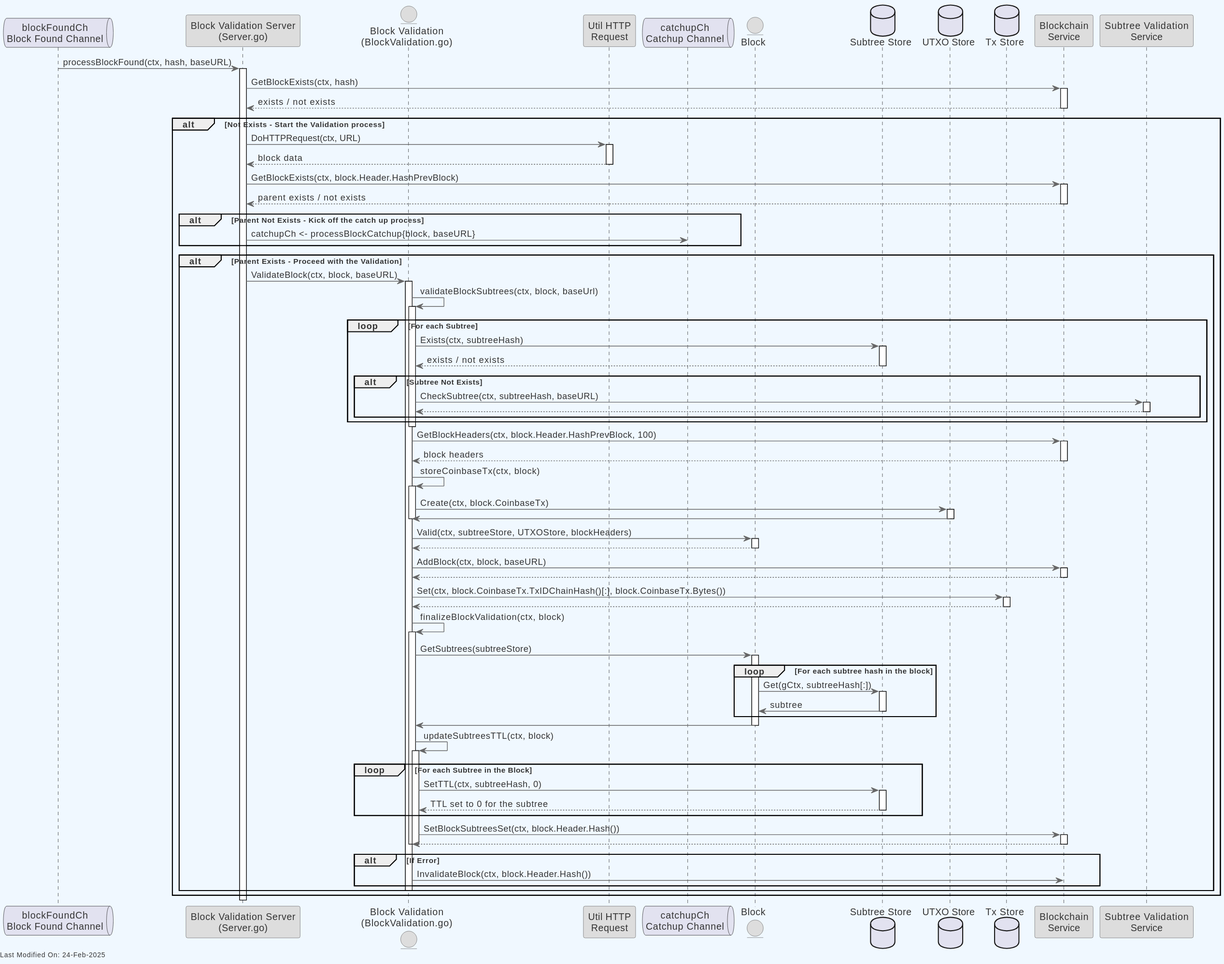
The PlantUML diagram docs/topics/services/img/plantuml/blockvalidation/block_validation_p2p_block_validation.svg in freemans13/teranode, before a commit. Its source is kept beside it as docs/topics/services/img/plantuml/blockvalidation/block_validation_p2p_block_validation.puml. The source it was exported from:
```plantuml
@startuml
skinparam backgroundColor #F0F8FF
skinparam defaultFontColor #333333
skinparam arrowColor #666666

skinparam entity {
  BorderColor #666666
  BackgroundColor #DDDDDD
}

skinparam control {
  BorderColor #666666
  BackgroundColor #DDDDDD
}

skinparam participant {
  BorderColor #666666
  BackgroundColor #DDDDDD
}



queue "blockFoundCh\nBlock Found Channel" as BFC
participant "Block Validation Server\n(Server.go)" as BVS
entity "Block Validation\n(BlockValidation.go)" as BVVB
participant "Util HTTP\nRequest" as Util
queue "catchupCh\nCatchup Channel" as CCC
entity "Block" as Block
database "Subtree Store" as SubtreeStore
database "UTXO Store" as UTXOStore
database "Tx Store" as TxStore
participant "Blockchain\nService" as BC
participant "Subtree Validation\nService" as SVS

BFC -> BVS: processBlockFound(ctx, hash, baseURL)
activate BVS

BVS -> BC: GetBlockExists(ctx, hash)
activate BC
BC --> BVS: exists / not exists
deactivate BC

alt Not Exists - Start the Validation process
    BVS -> Util: DoHTTPRequest(ctx, URL)
    activate Util
    Util --> BVS: block data
    deactivate Util

    BVS -> BC: GetBlockExists(ctx, block.Header.HashPrevBlock)
    activate BC
    BC --> BVS: parent exists / not exists
    deactivate BC

    alt Parent Not Exists - Kick off the catch up process
        BVS -> CCC: catchupCh <- processBlockCatchup{block, baseURL}
    end

    alt Parent Exists - Proceed with the Validation

    BVS -> BVVB: ValidateBlock(ctx, block, baseURL)
    activate BVVB
    BVVB -> BVVB: validateBlockSubtrees(ctx, block, baseUrl)
    activate BVVB

    loop For each Subtree
       BVVB -> SubtreeStore: Exists(ctx, subtreeHash)
       activate SubtreeStore
       SubtreeStore --> BVVB: exists / not exists
       deactivate SubtreeStore

        alt Subtree Not Exists
           BVVB -> SVS: CheckSubtree(ctx, subtreeHash, baseURL)
           activate SVS
           SVS --> BVVB
           deactivate SVS
        end
    end

    deactivate BVVB

    BVVB -> BC: GetBlockHeaders(ctx, block.Header.HashPrevBlock, 100)
    activate BC
    BC --> BVVB: block headers
    deactivate BC

    BVVB -> BVVB: storeCoinbaseTx(ctx, block)
    activate BVVB
    BVVB -> UTXOStore: Create(ctx, block.CoinbaseTx)
    activate UTXOStore
    UTXOStore -> BVVB
    deactivate UTXOStore
    deactivate BVVB


    BVVB -> Block: Valid(ctx, subtreeStore, UTXOStore, blockHeaders)
    activate Block
    Block --> BVVB
    deactivate Block


    BVVB -> BC: AddBlock(ctx, block, baseURL)
    activate BC
    BC --> BVVB
    deactivate BC

    BVVB -> TxStore: Set(ctx, block.CoinbaseTx.TxIDChainHash()[:], block.CoinbaseTx.Bytes())
    activate TxStore
    TxStore --> BVVB
    deactivate TxStore



    BVVB -> BVVB: finalizeBlockValidation(ctx, block)
    activate BVVB
    BVVB -> Block: GetSubtrees(subtreeStore)
    activate Block
    loop For each subtree hash in the block
        Block -> SubtreeStore: Get(gCtx, subtreeHash[:])
        activate SubtreeStore
        SubtreeStore -> Block: subtree
        deactivate SubtreeStore
    end
    Block -> BVVB
    deactivate Block


    BVVB -> BVVB: updateSubtreesTTL(ctx, block)
    activate BVVB
    loop For each Subtree in the Block
        BVVB -> SubtreeStore: SetTTL(ctx, subtreeHash, 0)
        activate SubtreeStore
        SubtreeStore --> BVVB: TTL set to 0 for the subtree
        deactivate SubtreeStore
    end
    BVVB -> BC: SetBlockSubtreesSet(ctx, block.Header.Hash())
    activate BC
    BC --> BVVB
    deactivate BC
    deactivate BVVB

    deactivate BVVB

    alt If Error
    BVVB  -> BC: InvalidateBlock(ctx, block.Header.Hash())
    end
    deactivate BVVB
    end

end

deactivate BVS

left footer Last Modified On: %date("dd-MMM-yyyy")

@enduml
```
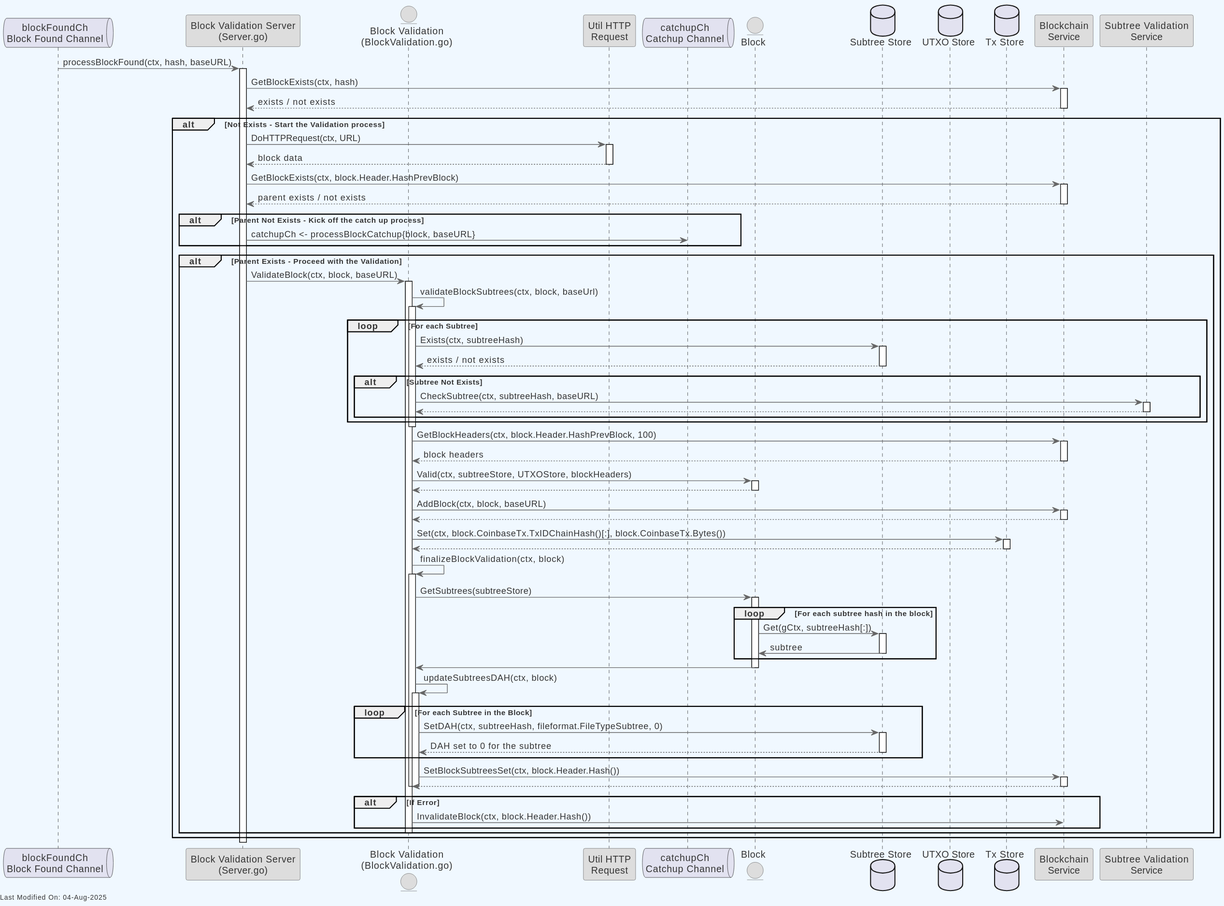
After the commit.

What changed in the source:
```diff
@@ -83,13 +83,6 @@
     BC --> BVVB: block headers
     deactivate BC
 
-    BVVB -> BVVB: storeCoinbaseTx(ctx, block)
-    activate BVVB
-    BVVB -> UTXOStore: Create(ctx, block.CoinbaseTx)
-    activate UTXOStore
-    UTXOStore -> BVVB
-    deactivate UTXOStore
-    deactivate BVVB
 
 
     BVVB -> Block: Valid(ctx, subtreeStore, UTXOStore, blockHeaders)
@@ -124,12 +117,12 @@
     deactivate Block
 
 
-    BVVB -> BVVB: updateSubtreesTTL(ctx, block)
+    BVVB -> BVVB: updateSubtreesDAH(ctx, block)
     activate BVVB
     loop For each Subtree in the Block
-        BVVB -> SubtreeStore: SetTTL(ctx, subtreeHash, 0)
+        BVVB -> SubtreeStore: SetDAH(ctx, subtreeHash, fileformat.FileTypeSubtree, 0)
         activate SubtreeStore
-        SubtreeStore --> BVVB: TTL set to 0 for the subtree
+        SubtreeStore --> BVVB: DAH set to 0 for the subtree
         deactivate SubtreeStore
     end
     BVVB -> BC: SetBlockSubtreesSet(ctx, block.Header.Hash())
```
